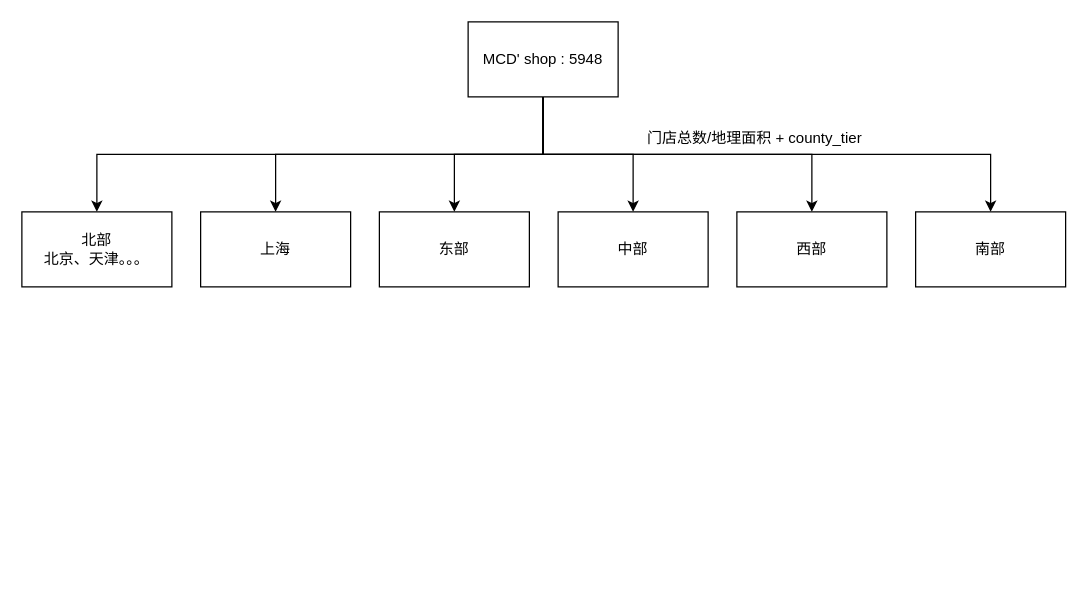
Earlier version of the draw.io diagram KFCselect.drawio (LiLiJacky/graphData). Source tidied: cells renumbered, new cells numbered last; positions are measured from the earlier drawing's top-left corner, leaving out a move shared by most shapes. Both pictures are drawn from the tidied source at 125%, with x=0, y=0 at pixel (21, 21).
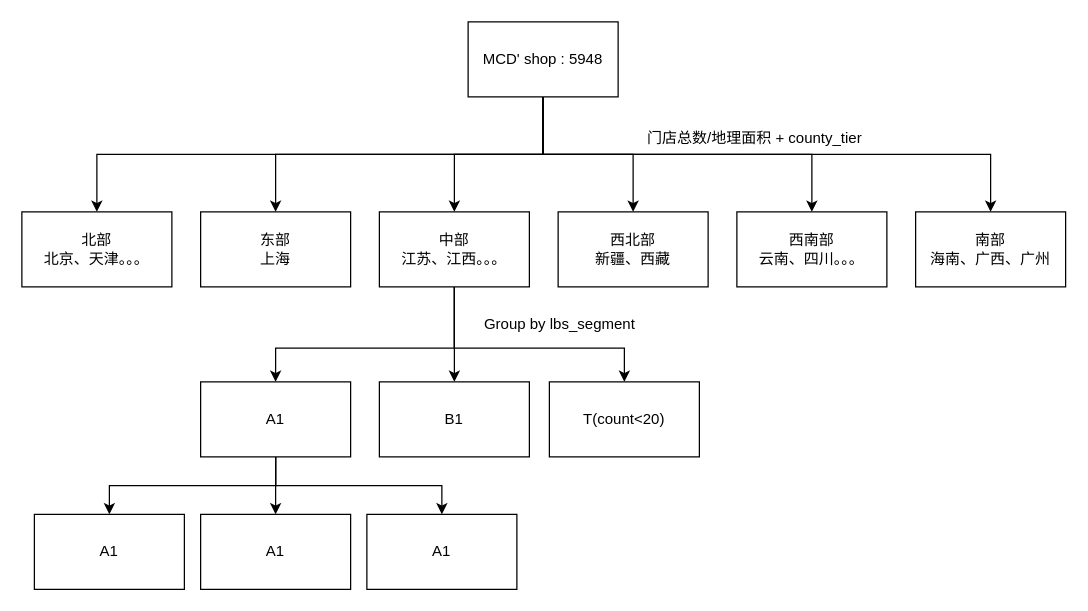
The same page after the edit.

Change to the diagram source:
```diff
@@
-    <mxCell id="9" value="&lt;div&gt;上海&lt;/div&gt;" style="rounded=0;whiteSpace=wrap;html=1;" parent="1" vertex="1">
+    <mxCell id="9" value="&lt;div&gt;东部&lt;/div&gt;&lt;div&gt;上海&lt;/div&gt;" style="rounded=0;whiteSpace=wrap;html=1;" parent="1" vertex="1">
       <mxGeometry x="143" y="152" width="120" height="60" as="geometry" />
     </mxCell>
-    <mxCell id="10" value="中部" style="rounded=0;whiteSpace=wrap;html=1;" parent="1" vertex="1">
+    <mxCell id="10" value="西北部&lt;div&gt;新疆、西藏&lt;/div&gt;" style="rounded=0;whiteSpace=wrap;html=1;" parent="1" vertex="1">
       <mxGeometry x="429" y="152" width="120" height="60" as="geometry" />
     </mxCell>
+    <mxCell id="16" style="edgeStyle=orthogonalEdgeStyle;rounded=0;jettySize=auto;html=1;" parent="1" edge="1" source="11" target="24">
+      <mxGeometry relative="1" as="geometry" />
+    </mxCell>
+    <mxCell id="17" style="edgeStyle=orthogonalEdgeStyle;rounded=0;jettySize=auto;html=1;" parent="1" edge="1" source="11" target="25">
+      <mxGeometry relative="1" as="geometry">
+        <Array as="points">
+          <mxPoint x="346" y="261" />
+          <mxPoint x="482" y="261" />
+        </Array>
+      </mxGeometry>
+    </mxCell>
-    <mxCell id="11" value="东部" style="rounded=0;whiteSpace=wrap;html=1;" parent="1" vertex="1">
+    <mxCell id="11" value="中部&lt;div&gt;江苏、江西。。。&lt;/div&gt;" style="rounded=0;whiteSpace=wrap;html=1;" parent="1" vertex="1">
       <mxGeometry x="286" y="152" width="120" height="60" as="geometry" />
     </mxCell>
-    <mxCell id="12" value="西部" style="rounded=0;whiteSpace=wrap;html=1;" parent="1" vertex="1">
+    <mxCell id="12" value="西南部&lt;div&gt;云南、四川。。。&lt;/div&gt;" style="rounded=0;whiteSpace=wrap;html=1;" parent="1" vertex="1">
       <mxGeometry x="572" y="152" width="120" height="60" as="geometry" />
     </mxCell>
-    <mxCell id="13" value="南部" style="rounded=0;whiteSpace=wrap;html=1;" parent="1" vertex="1">
+    <mxCell id="13" value="南部&lt;div&gt;海南、广西、广州&lt;/div&gt;" style="rounded=0;whiteSpace=wrap;html=1;" parent="1" vertex="1">
       <mxGeometry x="715" y="152" width="120" height="60" as="geometry" />
     </mxCell>
@@
+    <mxCell id="18" style="edgeStyle=orthogonalEdgeStyle;rounded=0;jettySize=auto;html=1;" parent="1" edge="1" source="11" target="22">
+      <mxGeometry relative="1" as="geometry">
+        <Array as="points">
+          <mxPoint x="346" y="261" />
+          <mxPoint x="203" y="261" />
+        </Array>
+      </mxGeometry>
+    </mxCell>
@@
+    <mxCell id="19" style="edgeStyle=orthogonalEdgeStyle;rounded=0;jettySize=auto;html=1;exitX=0.5;exitY=1;exitDx=0;exitDy=0;" parent="1" edge="1" source="22" target="26">
+      <mxGeometry relative="1" as="geometry" />
+    </mxCell>
+    <mxCell id="20" style="edgeStyle=orthogonalEdgeStyle;rounded=0;jettySize=auto;html=1;" parent="1" edge="1" source="22" target="27">
+      <mxGeometry relative="1" as="geometry" />
+    </mxCell>
+    <mxCell id="21" style="edgeStyle=orthogonalEdgeStyle;rounded=0;jettySize=auto;html=1;exitX=0.5;exitY=1;exitDx=0;exitDy=0;" parent="1" edge="1" source="22" target="28">
+      <mxGeometry relative="1" as="geometry">
+        <Array as="points">
+          <mxPoint x="203" y="371" />
+          <mxPoint x="336" y="371" />
+        </Array>
+      </mxGeometry>
+    </mxCell>
+    <mxCell id="22" value="A1" style="rounded=0;whiteSpace=wrap;html=1;" parent="1" vertex="1">
+      <mxGeometry x="143" y="288" width="120" height="60" as="geometry" />
+    </mxCell>
+    <mxCell id="23" value="Group by lbs_segment" style="text;html=1;align=center;verticalAlign=middle;whiteSpace=wrap;rounded=0;" parent="1" vertex="1">
+      <mxGeometry x="361" y="227" width="139" height="30" as="geometry" />
+    </mxCell>
+    <mxCell id="24" value="B1" style="rounded=0;whiteSpace=wrap;html=1;" parent="1" vertex="1">
+      <mxGeometry x="286" y="288" width="120" height="60" as="geometry" />
+    </mxCell>
+    <mxCell id="25" value="T(count&amp;lt;20)" style="rounded=0;whiteSpace=wrap;html=1;" parent="1" vertex="1">
+      <mxGeometry x="422" y="288" width="120" height="60" as="geometry" />
+    </mxCell>
+    <mxCell id="26" value="A1" style="rounded=0;whiteSpace=wrap;html=1;" parent="1" vertex="1">
+      <mxGeometry x="10" y="394" width="120" height="60" as="geometry" />
+    </mxCell>
+    <mxCell id="27" value="A1" style="rounded=0;whiteSpace=wrap;html=1;" parent="1" vertex="1">
+      <mxGeometry x="143" y="394" width="120" height="60" as="geometry" />
+    </mxCell>
+    <mxCell id="28" value="A1" style="rounded=0;whiteSpace=wrap;html=1;" parent="1" vertex="1">
+      <mxGeometry x="276" y="394" width="120" height="60" as="geometry" />
+    </mxCell>
```
